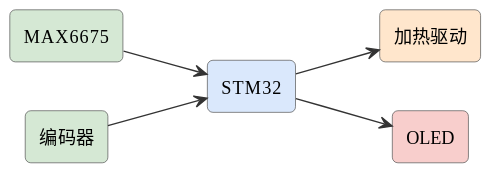
Earlier version of the PlantUML export assets/diagrams/ideas-fig68.svg (mingyi0818/IntelligentMcuCourse).
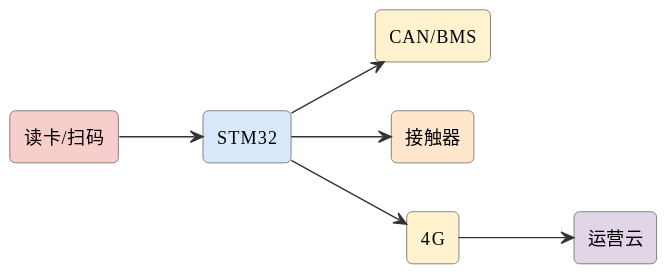
The same file after the commit.

What changed in the source:
```diff
@@ -6,13 +6,15 @@
 skinparam arrowFontSize 11
 skinparam arrowColor #333
 left to right direction
-rectangle "MAX6675" as tc #d5e8d4
+rectangle "读卡/扫码" as auth #f8cecc
 rectangle "STM32" as stm #dae8fc
-rectangle "加热驱动" as heat #ffe6cc
-rectangle "OLED" as oled #f8cecc
-rectangle "编码器" as enc #d5e8d4
-tc --> stm
-stm --> heat
-stm --> oled
-enc --> stm
+rectangle "CAN/BMS" as can #fff2cc
+rectangle "接触器" as relay #ffe6cc
+rectangle "4G" as g #fff2cc
+rectangle "运营云" as cloud #e1d5e8
+auth --> stm
+stm --> can
+stm --> relay
+stm --> g
+g --> cloud
 @enduml
```
